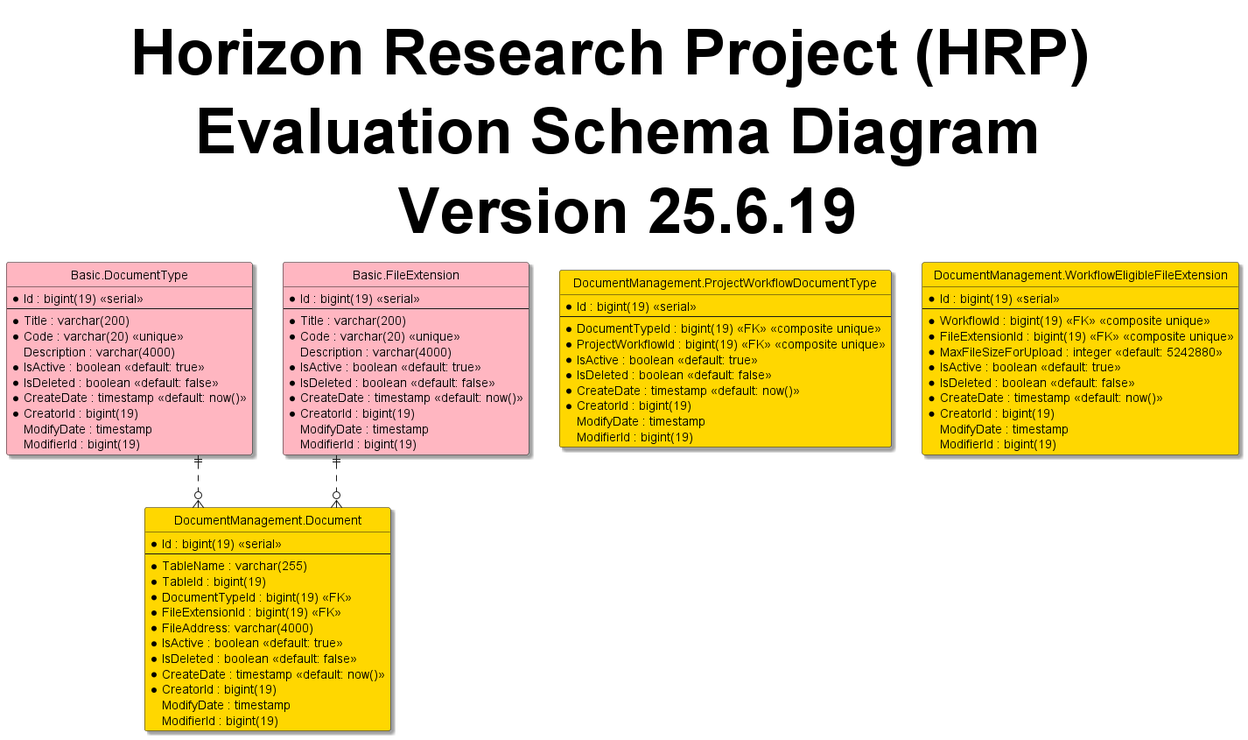
shadowfox1984/Horizon keeps this PlantUML diagram as 3-HorizonModeling/3.1-HorizonUml/out/ERD/Schemas/DocumentManagementSchemaDiagram.png. Above is the earlier version. Source of this version:
```plantuml
@startuml
hide circle
skinparam classBackgroundColor #Business
skinparam linetype ortho
skinparam Shadowing True
skinparam TitleFontSize 72pt

title Horizon Research Project (HRP) \n Evaluation Schema Diagram \n Version 25.6.19

entity "Basic.DocumentType" as documentType #LightPink{
  *Id : bigint(19) <<serial>>
  --
  *Title : varchar(200)
  *Code : varchar(20) <<unique>>
  Description : varchar(4000)
  *IsActive : boolean <<default: true>>
  *IsDeleted : boolean <<default: false>>
  *CreateDate : timestamp <<default: now()>>
  *CreatorId : bigint(19)
  ModifyDate : timestamp
  ModifierId : bigint(19)
}

entity "Basic.FileExtension" as fileExtension #LightPink{
  *Id : bigint(19) <<serial>>
  --
  *Title : varchar(200)
  *Code : varchar(20) <<unique>>
  Description : varchar(4000)
  *IsActive : boolean <<default: true>>
  *IsDeleted : boolean <<default: false>>
  *CreateDate : timestamp <<default: now()>>
  *CreatorId : bigint(19)
  ModifyDate : timestamp
  ModifierId : bigint(19)
}

entity "DocumentManagement.Document" as document #Gold{
  *Id : bigint(19) <<serial>>
  --
  *TableName : varchar(255)
  *TableId : bigint(19)
  *DocumentTypeId : bigint(19) <<FK>>
  *FileExtensionId : bigint(19) <<FK>>
  *FileAddress: varchar(4000)
  *IsActive : boolean <<default: true>>
  *IsDeleted : boolean <<default: false>>
  *CreateDate : timestamp <<default: now()>>
  *CreatorId : bigint(19)
  ModifyDate : timestamp
  ModifierId : bigint(19)
}

entity "DocumentManagement.ProjectWorkflowDocumentType" as projectWorkflowDocumentType #Gold{
  *Id : bigint(19) <<serial>>
  --
  *DocumentTypeId : bigint(19) <<FK>> <<composite unique>>
  *ProjectWorkflowId : bigint(19) <<FK>> <<composite unique>>
  *IsActive : boolean <<default: true>>
  *IsDeleted : boolean <<default: false>>
  *CreateDate : timestamp <<default: now()>>
  *CreatorId : bigint(19)
  ModifyDate : timestamp
  ModifierId : bigint(19)
}

entity "DocumentManagement.WorkflowEligibleFileExtension" as workflowEligibleFileExtension #Gold{
  *Id : bigint(19) <<serial>>
  --
  *WorkflowId : bigint(19) <<FK>> <<composite unique>>
  *FileExtensionId : bigint(19) <<FK>> <<composite unique>>
  *MaxFileSizeForUpload : integer <<default: 5242880>>
  *IsActive : boolean <<default: true>>
  *IsDeleted : boolean <<default: false>>
  *CreateDate : timestamp <<default: now()>>
  *CreatorId : bigint(19)
  ModifyDate : timestamp
  ModifierId : bigint(19)
}

documentType ||..o{ document
fileExtension ||..o{ document

@enduml
```
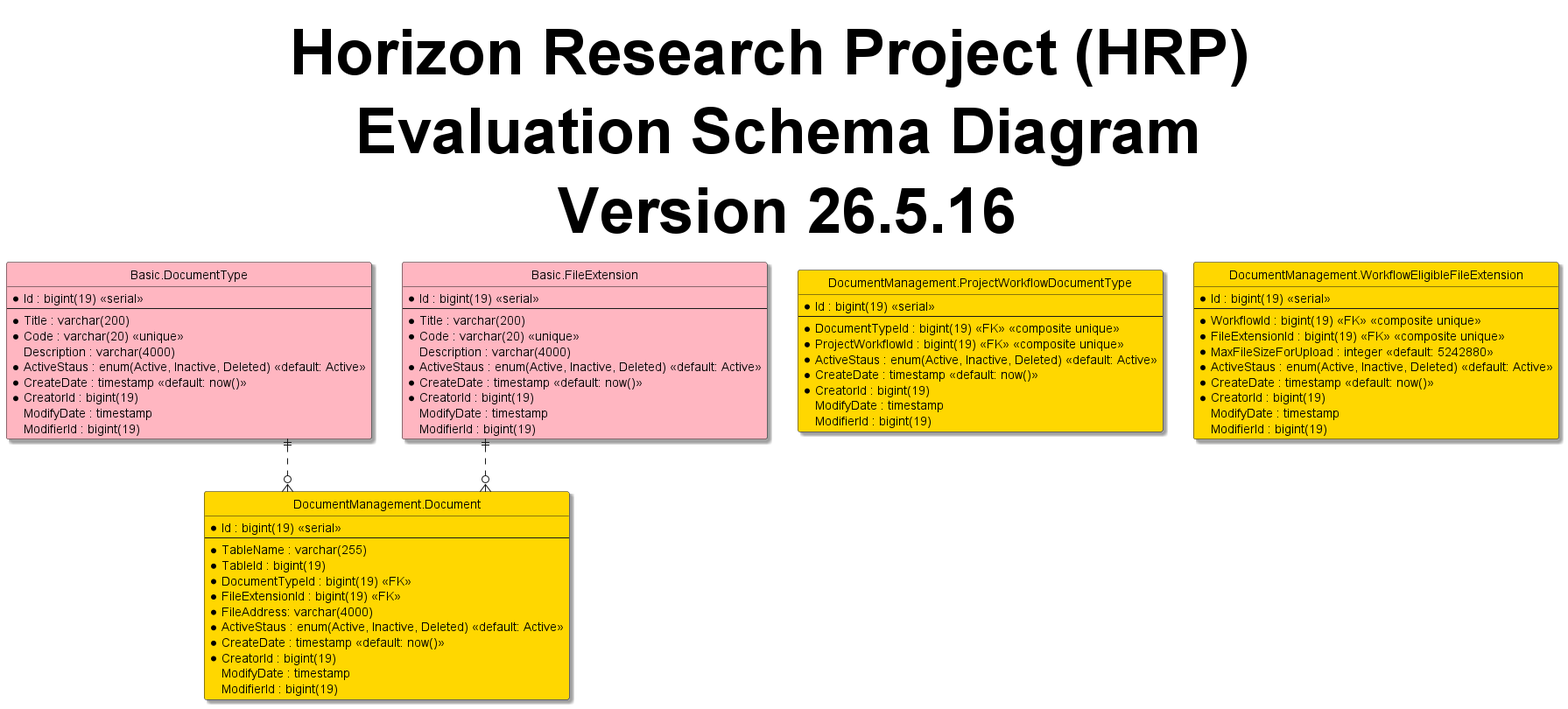
After the change.

The edit, as a diff of the source:
```diff
@@ -5,7 +5,7 @@
 skinparam Shadowing True
 skinparam TitleFontSize 72pt
 
-title Horizon Research Project (HRP) \n Evaluation Schema Diagram \n Version 25.6.19
+title Horizon Research Project (HRP) \n Evaluation Schema Diagram \n Version 26.5.16
 
 entity "Basic.DocumentType" as documentType #LightPink{
   *Id : bigint(19) <<serial>>
@@ -13,8 +13,7 @@
   *Title : varchar(200)
   *Code : varchar(20) <<unique>>
   Description : varchar(4000)
-  *IsActive : boolean <<default: true>>
-  *IsDeleted : boolean <<default: false>>
+  *ActiveStaus : enum(Active, Inactive, Deleted) <<default: Active>>
   *CreateDate : timestamp <<default: now()>>
   *CreatorId : bigint(19)
   ModifyDate : timestamp
@@ -27,8 +26,7 @@
   *Title : varchar(200)
   *Code : varchar(20) <<unique>>
   Description : varchar(4000)
-  *IsActive : boolean <<default: true>>
-  *IsDeleted : boolean <<default: false>>
+  *ActiveStaus : enum(Active, Inactive, Deleted) <<default: Active>>
   *CreateDate : timestamp <<default: now()>>
   *CreatorId : bigint(19)
   ModifyDate : timestamp
@@ -43,8 +41,7 @@
   *DocumentTypeId : bigint(19) <<FK>>
   *FileExtensionId : bigint(19) <<FK>>
   *FileAddress: varchar(4000)
-  *IsActive : boolean <<default: true>>
-  *IsDeleted : boolean <<default: false>>
+  *ActiveStaus : enum(Active, Inactive, Deleted) <<default: Active>>
   *CreateDate : timestamp <<default: now()>>
   *CreatorId : bigint(19)
   ModifyDate : timestamp
@@ -56,8 +53,7 @@
   --
   *DocumentTypeId : bigint(19) <<FK>> <<composite unique>>
   *ProjectWorkflowId : bigint(19) <<FK>> <<composite unique>>
-  *IsActive : boolean <<default: true>>
-  *IsDeleted : boolean <<default: false>>
+  *ActiveStaus : enum(Active, Inactive, Deleted) <<default: Active>>
   *CreateDate : timestamp <<default: now()>>
   *CreatorId : bigint(19)
   ModifyDate : timestamp
@@ -70,8 +66,7 @@
   *WorkflowId : bigint(19) <<FK>> <<composite unique>>
   *FileExtensionId : bigint(19) <<FK>> <<composite unique>>
   *MaxFileSizeForUpload : integer <<default: 5242880>>
-  *IsActive : boolean <<default: true>>
-  *IsDeleted : boolean <<default: false>>
+  *ActiveStaus : enum(Active, Inactive, Deleted) <<default: Active>>
   *CreateDate : timestamp <<default: now()>>
   *CreatorId : bigint(19)
   ModifyDate : timestamp
```
